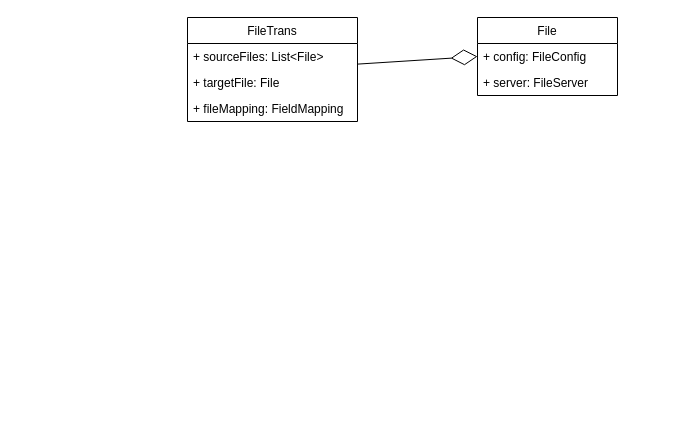
Earlier version of the draw.io diagram page "Page-6" (6 of 6) of diagrams.net/DDDtest.drawio (ZhengweiHou/simplegit). Source tidied: cells renumbered, new cells numbered last; positions are measured from the earlier drawing's top-left corner, leaving out a move shared by most shapes. Both pictures are drawn from the tidied source at 100%, with x=0, y=0 at pixel (187, 17).
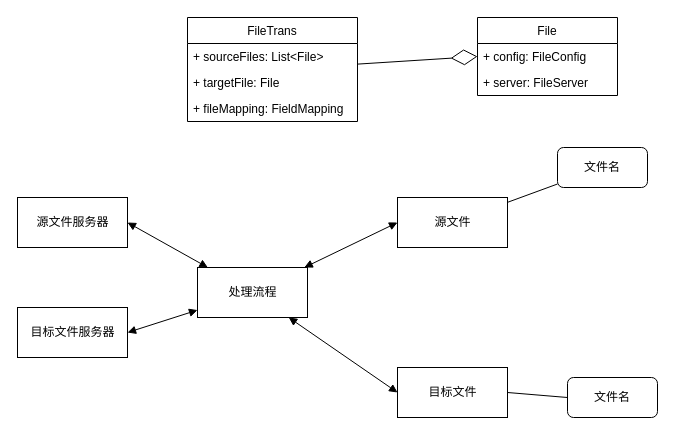
The same diagram, later.

Diff of the diagram source:
```diff
@@
+    <mxCell id="10" value="&lt;div&gt;处理流程&lt;/div&gt;" style="html=1;fillColor=none;" parent="1" vertex="1">
+      <mxGeometry x="10" y="250" width="110" height="50" as="geometry" />
+    </mxCell>
+    <mxCell id="11" value="源文件服务器" style="html=1;fillColor=none;" parent="1" vertex="1">
+      <mxGeometry x="-170" y="180" width="110" height="50" as="geometry" />
+    </mxCell>
+    <mxCell id="12" style="endArrow=block;startArrow=block;endFill=1;startFill=1;html=1;exitX=1;exitY=0.5;exitDx=0;exitDy=0;" parent="1" edge="1" source="11" target="10">
+      <mxGeometry relative="1" as="geometry" />
+    </mxCell>
+    <mxCell id="13" value="源文件" style="html=1;fillColor=none;" parent="1" vertex="1">
+      <mxGeometry x="210" y="180" width="110" height="50" as="geometry" />
+    </mxCell>
+    <mxCell id="14" value="目标文件服务器" style="html=1;fillColor=none;" parent="1" vertex="1">
+      <mxGeometry x="-170" y="290" width="110" height="50" as="geometry" />
+    </mxCell>
+    <mxCell id="15" style="endArrow=block;startArrow=block;endFill=1;startFill=1;html=1;exitX=1;exitY=0.5;exitDx=0;exitDy=0;" parent="1" edge="1" source="14" target="10">
+      <mxGeometry relative="1" as="geometry" />
+    </mxCell>
+    <mxCell id="16" style="endArrow=block;startArrow=block;endFill=1;startFill=1;html=1;entryX=0;entryY=0.5;entryDx=0;entryDy=0;" parent="1" edge="1" source="10" target="13">
+      <mxGeometry relative="1" as="geometry" />
+    </mxCell>
+    <mxCell id="17" style="rounded=0;jettySize=auto;html=1;exitX=1;exitY=0.5;exitDx=0;exitDy=0;entryX=0;entryY=0.5;entryDx=0;entryDy=0;endArrow=none;endFill=0;" parent="1" edge="1" source="18" target="22">
+      <mxGeometry relative="1" as="geometry" />
+    </mxCell>
+    <mxCell id="18" value="目标文件" style="html=1;fillColor=none;" parent="1" vertex="1">
+      <mxGeometry x="210" y="350" width="110" height="50" as="geometry" />
+    </mxCell>
+    <mxCell id="19" style="endArrow=block;startArrow=block;endFill=1;startFill=1;html=1;entryX=0;entryY=0.5;entryDx=0;entryDy=0;" parent="1" edge="1" source="10" target="18">
+      <mxGeometry relative="1" as="geometry" />
+    </mxCell>
+    <mxCell id="20" value="文件名" style="rounded=1;whiteSpace=wrap;html=1;fillColor=none;" parent="1" vertex="1">
+      <mxGeometry x="370" y="130" width="90" height="40" as="geometry" />
+    </mxCell>
+    <mxCell id="21" style="endArrow=none;html=1;" parent="1" edge="1" source="13" target="20">
+      <mxGeometry relative="1" as="geometry" />
+    </mxCell>
+    <mxCell id="22" value="文件名" style="rounded=1;whiteSpace=wrap;html=1;fillColor=none;" parent="1" vertex="1">
+      <mxGeometry x="380" y="360" width="90" height="40" as="geometry" />
+    </mxCell>
```
